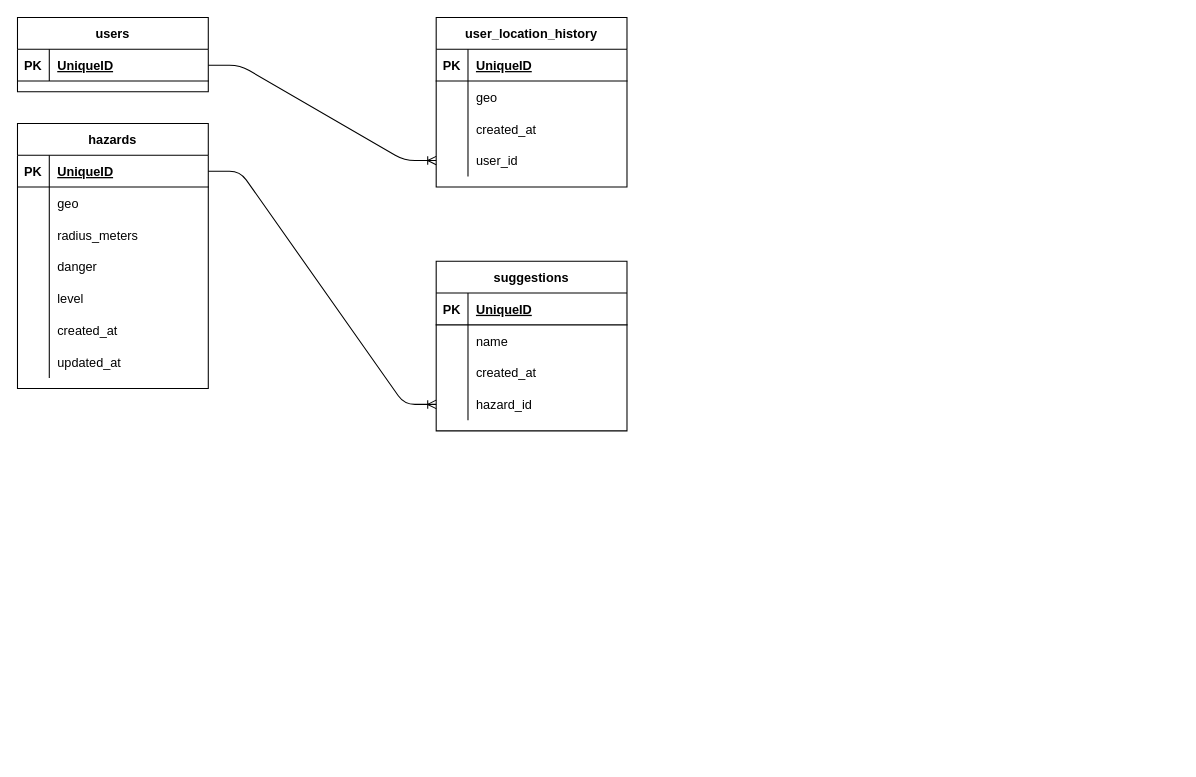
Before: relieveme-back/db.drawio in BrosSquad/relieveme, a draw.io diagram. Source tidied: cells renumbered, new cells numbered last; positions are measured from the earlier drawing's top-left corner, leaving out a move shared by most shapes. Both pictures are drawn from the tidied source at 106%, with x=0, y=0 at pixel (17, 17).
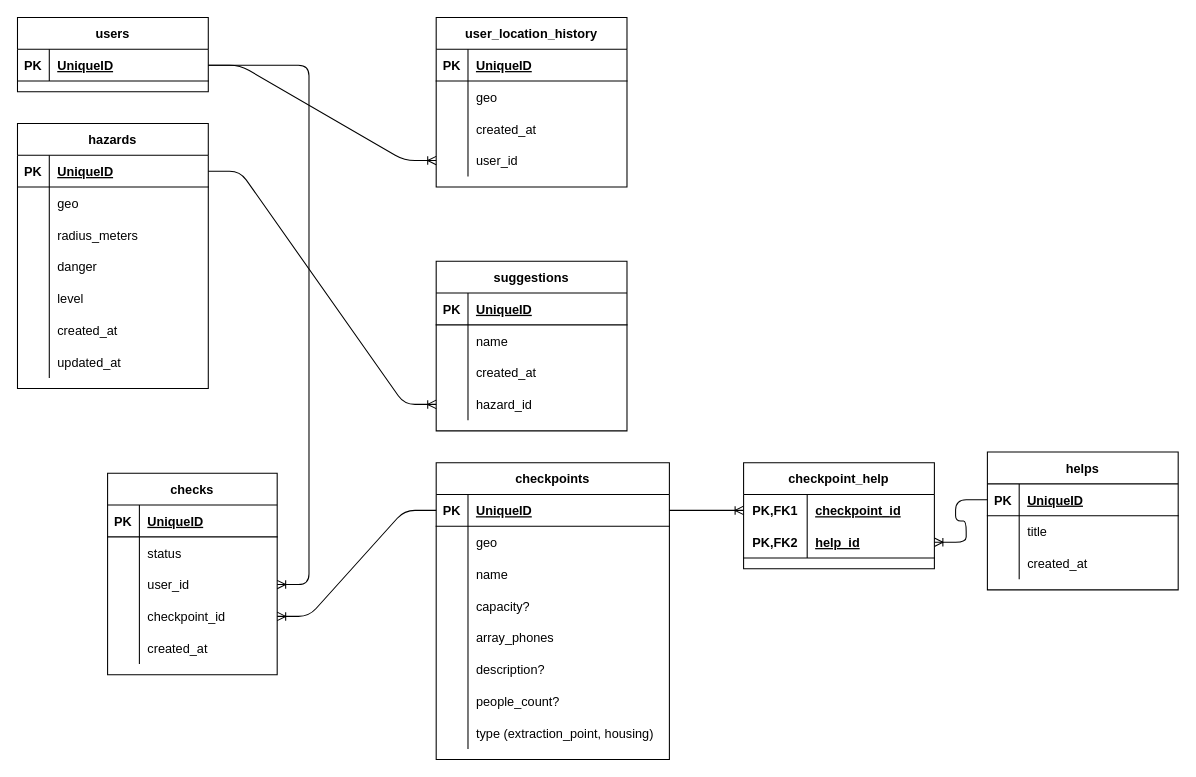
Above is the later version.

The change refers to these unchanged cells:
```xml
<mxCell id="3" style="shape=partialRectangle;fillColor=none;top=0;left=0;bottom=1;right=0;points=[[0,0.5],[1,0.5]];portConstraint=eastwest;" parent="2" vertex="1">
  <mxGeometry y="30" width="180" height="30" as="geometry" />
</mxCell>
```

Diff of the diagram source:
```diff
@@
+    <mxCell id="56" value="checkpoints" style="shape=table;startSize=30;childLayout=tableLayout;rowLines=0;fontStyle=1;align=center;" parent="1" vertex="1">
+      <mxGeometry x="395" y="420" width="220" height="280" as="geometry" />
+    </mxCell>
+    <mxCell id="57" style="shape=partialRectangle;fillColor=none;top=0;left=0;bottom=1;right=0;points=[[0,0.5],[1,0.5]];portConstraint=eastwest;" parent="56" vertex="1">
+      <mxGeometry y="30" width="220" height="30" as="geometry" />
+    </mxCell>
+    <mxCell id="58" value="PK" style="shape=partialRectangle;fillColor=none;top=0;left=0;bottom=0;right=0;fontStyle=1;overflow=hidden;" parent="57" vertex="1">
+      <mxGeometry width="30" height="30" as="geometry" />
+    </mxCell>
+    <mxCell id="59" value="UniqueID" style="shape=partialRectangle;fillColor=none;top=0;left=0;bottom=0;right=0;align=left;spacingLeft=6;fontStyle=5;overflow=hidden;" parent="57" vertex="1">
+      <mxGeometry x="30" width="190" height="30" as="geometry" />
+    </mxCell>
+    <mxCell id="60" style="shape=partialRectangle;fillColor=none;top=0;left=0;bottom=0;right=0;" parent="56" vertex="1">
+      <mxGeometry y="60" width="220" height="30" as="geometry" />
+    </mxCell>
+    <mxCell id="61" style="shape=partialRectangle;fillColor=none;top=0;left=0;bottom=0;right=0;overflow=hidden;" parent="60" vertex="1">
+      <mxGeometry width="30" height="30" as="geometry" />
+    </mxCell>
+    <mxCell id="62" value="geo" style="shape=partialRectangle;fillColor=none;top=0;left=0;bottom=0;right=0;align=left;spacingLeft=6;overflow=hidden;" parent="60" vertex="1">
+      <mxGeometry x="30" width="190" height="30" as="geometry" />
+    </mxCell>
+    <mxCell id="63" style="shape=partialRectangle;fillColor=none;top=0;left=0;bottom=0;right=0;" parent="56" vertex="1">
+      <mxGeometry y="90" width="220" height="30" as="geometry" />
+    </mxCell>
+    <mxCell id="64" style="shape=partialRectangle;fillColor=none;top=0;left=0;bottom=0;right=0;overflow=hidden;" parent="63" vertex="1">
+      <mxGeometry width="30" height="30" as="geometry" />
+    </mxCell>
+    <mxCell id="65" value="name" style="shape=partialRectangle;fillColor=none;top=0;left=0;bottom=0;right=0;align=left;spacingLeft=6;overflow=hidden;" parent="63" vertex="1">
+      <mxGeometry x="30" width="190" height="30" as="geometry" />
+    </mxCell>
+    <mxCell id="66" style="shape=partialRectangle;fillColor=none;top=0;left=0;bottom=0;right=0;" parent="56" vertex="1">
+      <mxGeometry y="120" width="220" height="30" as="geometry" />
+    </mxCell>
+    <mxCell id="67" style="shape=partialRectangle;fillColor=none;top=0;left=0;bottom=0;right=0;overflow=hidden;" parent="66" vertex="1">
+      <mxGeometry width="30" height="30" as="geometry" />
+    </mxCell>
+    <mxCell id="68" value="capacity?" style="shape=partialRectangle;fillColor=none;top=0;left=0;bottom=0;right=0;align=left;spacingLeft=6;overflow=hidden;" parent="66" vertex="1">
+      <mxGeometry x="30" width="190" height="30" as="geometry" />
+    </mxCell>
+    <mxCell id="69" style="shape=partialRectangle;fillColor=none;top=0;left=0;bottom=0;right=0;" parent="56" vertex="1">
+      <mxGeometry y="150" width="220" height="30" as="geometry" />
+    </mxCell>
+    <mxCell id="70" style="shape=partialRectangle;fillColor=none;top=0;left=0;bottom=0;right=0;overflow=hidden;" parent="69" vertex="1">
+      <mxGeometry width="30" height="30" as="geometry" />
+    </mxCell>
+    <mxCell id="71" value="array_phones" style="shape=partialRectangle;fillColor=none;top=0;left=0;bottom=0;right=0;align=left;spacingLeft=6;overflow=hidden;" parent="69" vertex="1">
+      <mxGeometry x="30" width="190" height="30" as="geometry" />
+    </mxCell>
+    <mxCell id="72" style="shape=partialRectangle;fillColor=none;top=0;left=0;bottom=0;right=0;" parent="56" vertex="1">
+      <mxGeometry y="180" width="220" height="30" as="geometry" />
+    </mxCell>
+    <mxCell id="73" style="shape=partialRectangle;fillColor=none;top=0;left=0;bottom=0;right=0;overflow=hidden;" parent="72" vertex="1">
+      <mxGeometry width="30" height="30" as="geometry" />
+    </mxCell>
+    <mxCell id="74" value="description?" style="shape=partialRectangle;fillColor=none;top=0;left=0;bottom=0;right=0;align=left;spacingLeft=6;overflow=hidden;" parent="72" vertex="1">
+      <mxGeometry x="30" width="190" height="30" as="geometry" />
+    </mxCell>
+    <mxCell id="75" style="shape=partialRectangle;fillColor=none;top=0;left=0;bottom=0;right=0;" parent="56" vertex="1">
+      <mxGeometry y="210" width="220" height="30" as="geometry" />
+    </mxCell>
+    <mxCell id="76" style="shape=partialRectangle;fillColor=none;top=0;left=0;bottom=0;right=0;overflow=hidden;" parent="75" vertex="1">
+      <mxGeometry width="30" height="30" as="geometry" />
+    </mxCell>
+    <mxCell id="77" value="people_count?" style="shape=partialRectangle;fillColor=none;top=0;left=0;bottom=0;right=0;align=left;spacingLeft=6;overflow=hidden;" parent="75" vertex="1">
+      <mxGeometry x="30" width="190" height="30" as="geometry" />
+    </mxCell>
+    <mxCell id="78" style="shape=partialRectangle;fillColor=none;top=0;left=0;bottom=0;right=0;" parent="56" vertex="1">
+      <mxGeometry y="240" width="220" height="30" as="geometry" />
+    </mxCell>
+    <mxCell id="79" style="shape=partialRectangle;fillColor=none;top=0;left=0;bottom=0;right=0;overflow=hidden;" parent="78" vertex="1">
+      <mxGeometry width="30" height="30" as="geometry" />
+    </mxCell>
+    <mxCell id="80" value="type (extraction_point, housing)" style="shape=partialRectangle;fillColor=none;top=0;left=0;bottom=0;right=0;align=left;spacingLeft=6;overflow=hidden;" parent="78" vertex="1">
+      <mxGeometry x="30" width="190" height="30" as="geometry" />
+    </mxCell>
+    <mxCell id="81" value="helps" style="shape=table;startSize=30;childLayout=tableLayout;rowLines=0;fontStyle=1;align=center;" parent="1" vertex="1">
+      <mxGeometry x="915" y="410" width="180" height="130" as="geometry" />
+    </mxCell>
+    <mxCell id="82" style="shape=partialRectangle;fillColor=none;top=0;left=0;bottom=1;right=0;points=[[0,0.5],[1,0.5]];portConstraint=eastwest;" parent="81" vertex="1">
+      <mxGeometry y="30" width="180" height="30" as="geometry" />
+    </mxCell>
+    <mxCell id="83" value="PK" style="shape=partialRectangle;fillColor=none;top=0;left=0;bottom=0;right=0;fontStyle=1;overflow=hidden;" parent="82" vertex="1">
+      <mxGeometry width="30" height="30" as="geometry" />
+    </mxCell>
+    <mxCell id="84" value="UniqueID" style="shape=partialRectangle;fillColor=none;top=0;left=0;bottom=0;right=0;align=left;spacingLeft=6;fontStyle=5;overflow=hidden;" parent="82" vertex="1">
+      <mxGeometry x="30" width="150" height="30" as="geometry" />
+    </mxCell>
+    <mxCell id="85" style="shape=partialRectangle;fillColor=none;top=0;left=0;bottom=0;right=0;" parent="81" vertex="1">
+      <mxGeometry y="60" width="180" height="30" as="geometry" />
+    </mxCell>
+    <mxCell id="86" style="shape=partialRectangle;fillColor=none;top=0;left=0;bottom=0;right=0;overflow=hidden;" parent="85" vertex="1">
+      <mxGeometry width="30" height="30" as="geometry" />
+    </mxCell>
+    <mxCell id="87" value="title" style="shape=partialRectangle;fillColor=none;top=0;left=0;bottom=0;right=0;align=left;spacingLeft=6;overflow=hidden;" parent="85" vertex="1">
+      <mxGeometry x="30" width="150" height="30" as="geometry" />
+    </mxCell>
+    <mxCell id="88" style="shape=partialRectangle;fillColor=none;top=0;left=0;bottom=0;right=0;" parent="81" vertex="1">
+      <mxGeometry y="90" width="180" height="30" as="geometry" />
+    </mxCell>
+    <mxCell id="89" style="shape=partialRectangle;fillColor=none;top=0;left=0;bottom=0;right=0;overflow=hidden;" parent="88" vertex="1">
+      <mxGeometry width="30" height="30" as="geometry" />
+    </mxCell>
+    <mxCell id="90" value="created_at" style="shape=partialRectangle;fillColor=none;top=0;left=0;bottom=0;right=0;align=left;spacingLeft=6;overflow=hidden;" parent="88" vertex="1">
+      <mxGeometry x="30" width="150" height="30" as="geometry" />
+    </mxCell>
+    <mxCell id="91" value="checkpoint_help" style="shape=table;startSize=30;childLayout=tableLayout;rowLines=0;fontStyle=1;align=center;" parent="1" vertex="1">
+      <mxGeometry x="685" y="420" width="180" height="100" as="geometry" />
+    </mxCell>
+    <mxCell id="92" style="shape=partialRectangle;fillColor=none;top=0;left=0;bottom=0;right=0;points=[[0,0.5],[1,0.5]];portConstraint=eastwest;" parent="91" vertex="1">
+      <mxGeometry y="30" width="180" height="30" as="geometry" />
+    </mxCell>
+    <mxCell id="93" value="PK,FK1" style="shape=partialRectangle;fillColor=none;top=0;left=0;bottom=0;right=0;fontStyle=1;overflow=hidden;" parent="92" vertex="1">
+      <mxGeometry width="60" height="30" as="geometry" />
+    </mxCell>
+    <mxCell id="94" value="checkpoint_id" style="shape=partialRectangle;fillColor=none;top=0;left=0;bottom=0;right=0;align=left;spacingLeft=6;fontStyle=5;overflow=hidden;" parent="92" vertex="1">
+      <mxGeometry x="60" width="120" height="30" as="geometry" />
+    </mxCell>
+    <mxCell id="95" style="shape=partialRectangle;fillColor=none;top=0;left=0;bottom=1;right=0;points=[[0,0.5],[1,0.5]];portConstraint=eastwest;" parent="91" vertex="1">
+      <mxGeometry y="60" width="180" height="30" as="geometry" />
+    </mxCell>
+    <mxCell id="96" value="PK,FK2" style="shape=partialRectangle;fillColor=none;top=0;left=0;bottom=0;right=0;fontStyle=1;overflow=hidden;" parent="95" vertex="1">
+      <mxGeometry width="60" height="30" as="geometry" />
+    </mxCell>
+    <mxCell id="97" value="help_id" style="shape=partialRectangle;fillColor=none;top=0;left=0;bottom=0;right=0;align=left;spacingLeft=6;fontStyle=5;overflow=hidden;" parent="95" vertex="1">
+      <mxGeometry x="60" width="120" height="30" as="geometry" />
+    </mxCell>
+    <mxCell id="98" style="edgeStyle=entityRelationEdgeStyle;fontSize=12;html=1;endArrow=ERoneToMany;" parent="1" edge="1" source="57" target="92">
+      <mxGeometry relative="1" as="geometry" />
+    </mxCell>
+    <mxCell id="99" style="edgeStyle=entityRelationEdgeStyle;fontSize=12;html=1;endArrow=ERoneToMany;" parent="1" edge="1" source="82" target="95">
+      <mxGeometry relative="1" as="geometry" />
+    </mxCell>
+    <mxCell id="100" value="checks" style="shape=table;startSize=30;childLayout=tableLayout;rowLines=0;fontStyle=1;align=center;" parent="1" vertex="1">
+      <mxGeometry x="85" y="430" width="160" height="190" as="geometry" />
+    </mxCell>
+    <mxCell id="101" style="shape=partialRectangle;fillColor=none;top=0;left=0;bottom=1;right=0;" parent="100" vertex="1">
+      <mxGeometry y="30" width="160" height="30" as="geometry" />
+    </mxCell>
+    <mxCell id="102" value="PK" style="shape=partialRectangle;fillColor=none;top=0;left=0;bottom=0;right=0;fontStyle=1;overflow=hidden;" parent="101" vertex="1">
+      <mxGeometry width="30" height="30" as="geometry" />
+    </mxCell>
+    <mxCell id="103" value="UniqueID" style="shape=partialRectangle;fillColor=none;top=0;left=0;bottom=0;right=0;align=left;spacingLeft=6;fontStyle=5;overflow=hidden;" parent="101" vertex="1">
+      <mxGeometry x="30" width="130" height="30" as="geometry" />
+    </mxCell>
+    <mxCell id="104" style="shape=partialRectangle;fillColor=none;top=0;left=0;bottom=0;right=0;" parent="100" vertex="1">
+      <mxGeometry y="60" width="160" height="30" as="geometry" />
+    </mxCell>
+    <mxCell id="105" style="shape=partialRectangle;fillColor=none;top=0;left=0;bottom=0;right=0;overflow=hidden;" parent="104" vertex="1">
+      <mxGeometry width="30" height="30" as="geometry" />
+    </mxCell>
+    <mxCell id="106" value="status" style="shape=partialRectangle;fillColor=none;top=0;left=0;bottom=0;right=0;align=left;spacingLeft=6;overflow=hidden;" parent="104" vertex="1">
+      <mxGeometry x="30" width="130" height="30" as="geometry" />
+    </mxCell>
+    <mxCell id="107" style="shape=partialRectangle;fillColor=none;top=0;left=0;bottom=0;right=0;points=[[0,0.5],[1,0.5]];portConstraint=eastwest;" parent="100" vertex="1">
+      <mxGeometry y="90" width="160" height="30" as="geometry" />
+    </mxCell>
+    <mxCell id="108" style="shape=partialRectangle;fillColor=none;top=0;left=0;bottom=0;right=0;overflow=hidden;" parent="107" vertex="1">
+      <mxGeometry width="30" height="30" as="geometry" />
+    </mxCell>
+    <mxCell id="109" value="user_id" style="shape=partialRectangle;fillColor=none;top=0;left=0;bottom=0;right=0;align=left;spacingLeft=6;overflow=hidden;" parent="107" vertex="1">
+      <mxGeometry x="30" width="130" height="30" as="geometry" />
+    </mxCell>
+    <mxCell id="110" style="shape=partialRectangle;fillColor=none;top=0;left=0;bottom=0;right=0;points=[[0,0.5],[1,0.5]];portConstraint=eastwest;" parent="100" vertex="1">
+      <mxGeometry y="120" width="160" height="30" as="geometry" />
+    </mxCell>
+    <mxCell id="111" style="shape=partialRectangle;fillColor=none;top=0;left=0;bottom=0;right=0;overflow=hidden;" parent="110" vertex="1">
+      <mxGeometry width="30" height="30" as="geometry" />
+    </mxCell>
+    <mxCell id="112" value="checkpoint_id" style="shape=partialRectangle;fillColor=none;top=0;left=0;bottom=0;right=0;align=left;spacingLeft=6;overflow=hidden;" parent="110" vertex="1">
+      <mxGeometry x="30" width="130" height="30" as="geometry" />
+    </mxCell>
+    <mxCell id="113" style="shape=partialRectangle;fillColor=none;top=0;left=0;bottom=0;right=0;" parent="100" vertex="1">
+      <mxGeometry y="150" width="160" height="30" as="geometry" />
+    </mxCell>
+    <mxCell id="114" style="shape=partialRectangle;fillColor=none;top=0;left=0;bottom=0;right=0;overflow=hidden;" parent="113" vertex="1">
+      <mxGeometry width="30" height="30" as="geometry" />
+    </mxCell>
+    <mxCell id="115" value="created_at" style="shape=partialRectangle;fillColor=none;top=0;left=0;bottom=0;right=0;align=left;spacingLeft=6;overflow=hidden;" parent="113" vertex="1">
+      <mxGeometry x="30" width="130" height="30" as="geometry" />
+    </mxCell>
+    <mxCell id="116" style="edgeStyle=entityRelationEdgeStyle;fontSize=12;html=1;endArrow=ERoneToMany;" parent="1" edge="1" source="3" target="107">
+      <mxGeometry relative="1" as="geometry" />
+    </mxCell>
+    <mxCell id="117" style="edgeStyle=entityRelationEdgeStyle;fontSize=12;html=1;endArrow=ERoneToMany;" parent="1" edge="1" source="57" target="110">
+      <mxGeometry relative="1" as="geometry" />
+    </mxCell>
```
